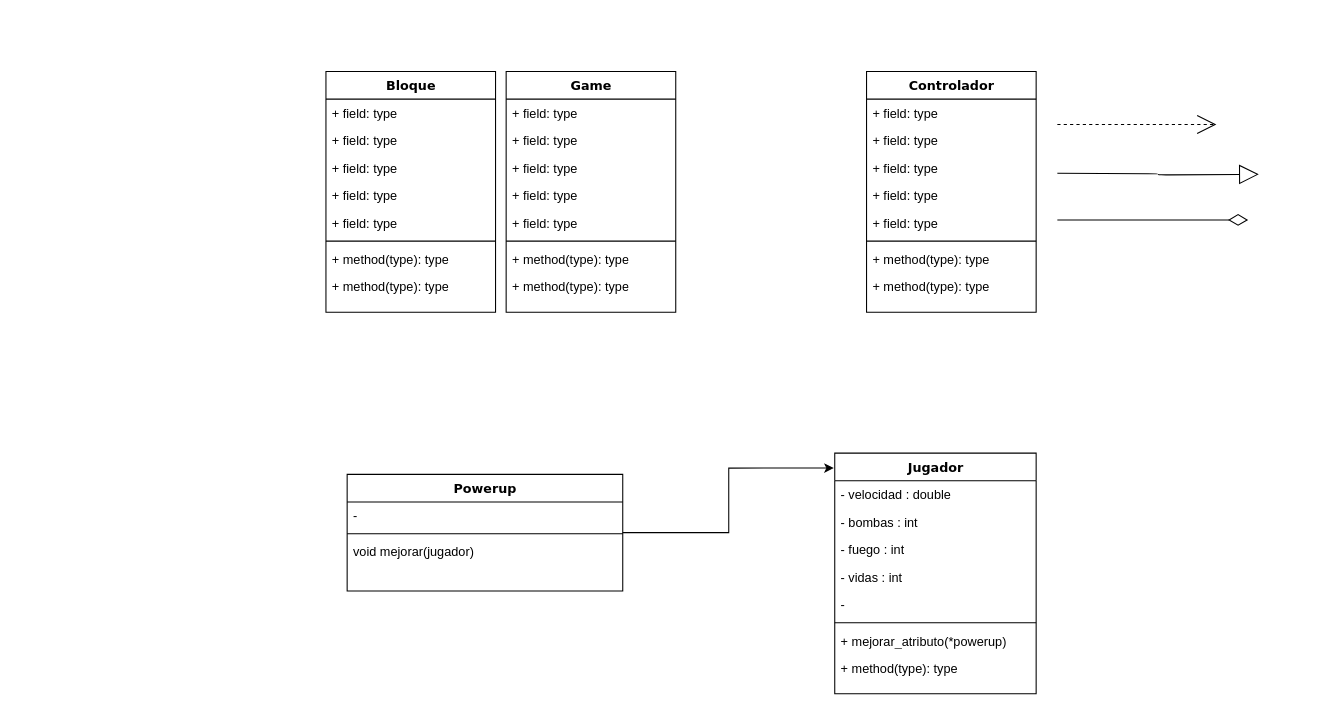
This is DiagramaDeClases.drawio from BerlyCS/Proyecto-Final-CC2, a draw.io file, before an edit. Source tidied: cells renumbered, new cells numbered last; positions are measured from the earlier drawing's top-left corner, leaving out a move shared by most shapes. Both pictures are drawn from the tidied source at 106%, with x=0, y=0 at pixel (325, 71).
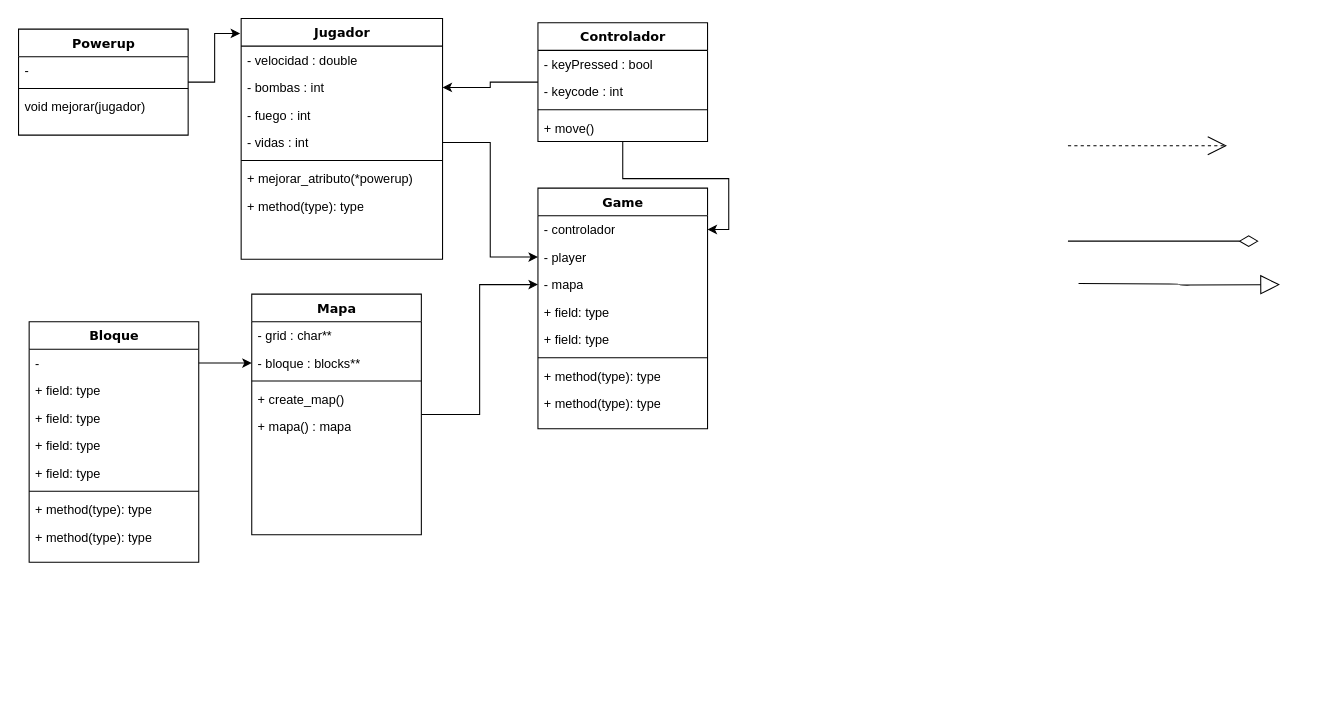
The same diagram, later.

Commit message:
Cambios: Mejora diagrama de clases

Unchanged cells that the change refers to:
```xml
<mxCell id="34" value="- bombas : int" style="text;html=1;strokeColor=none;fillColor=none;align=left;verticalAlign=top;spacingLeft=4;spacingRight=4;whiteSpace=wrap;overflow=hidden;points=[[0,0.5],[1,0.5]];portConstraint=eastwest;" parent="32" vertex="1">
  <mxGeometry y="52" width="190" height="26" as="geometry" />
</mxCell>
<mxCell id="36" value="- vidas : int" style="text;html=1;strokeColor=none;fillColor=none;align=left;verticalAlign=top;spacingLeft=4;spacingRight=4;whiteSpace=wrap;overflow=hidden;points=[[0,0.5],[1,0.5]];portConstraint=eastwest;" parent="32" vertex="1">
  <mxGeometry y="104" width="190" height="26" as="geometry" />
</mxCell>
```

Diff of the diagram source:
```diff
@@
     <mxCell id="2" value="Bloque" style="swimlane;html=1;fontStyle=1;align=center;verticalAlign=top;horizontal=1;startSize=26;swimlaneFillColor=#ffffff;rounded=0;shadow=0;comic=0;labelBackgroundColor=none;strokeWidth=1;fillColor=none;fontFamily=Verdana;fontSize=12;" parent="1" vertex="1">
-      <mxGeometry width="160" height="227" as="geometry" />
+      <mxGeometry x="-280" y="236" width="160" height="227" as="geometry" />
     </mxCell>
-    <mxCell id="3" value="+ field: type" style="text;html=1;strokeColor=none;fillColor=none;align=left;verticalAlign=top;spacingLeft=4;spacingRight=4;whiteSpace=wrap;overflow=hidden;points=[[0,0.5],[1,0.5]];portConstraint=eastwest;" parent="2" vertex="1">
+    <mxCell id="3" value="-&amp;nbsp;" style="text;html=1;strokeColor=none;fillColor=none;align=left;verticalAlign=top;spacingLeft=4;spacingRight=4;whiteSpace=wrap;overflow=hidden;points=[[0,0.5],[1,0.5]];portConstraint=eastwest;" parent="2" vertex="1">
       <mxGeometry y="26" width="160" height="26" as="geometry" />
     </mxCell>
@@
     <mxCell id="11" style="edgeStyle=elbowEdgeStyle;html=1;labelBackgroundColor=none;startFill=0;startSize=8;endArrow=open;endFill=0;endSize=16;fontFamily=Verdana;fontSize=12;elbow=vertical;dashed=1;" parent="1" edge="1">
       <mxGeometry relative="1" as="geometry">
-        <mxPoint x="690" y="50" as="sourcePoint" />
-        <mxPoint x="840" y="50" as="targetPoint" />
+        <mxPoint x="700" y="70" as="sourcePoint" />
+        <mxPoint x="850" y="70" as="targetPoint" />
       </mxGeometry>
     </mxCell>
     <mxCell id="12" style="edgeStyle=orthogonalEdgeStyle;html=1;labelBackgroundColor=none;startFill=0;startSize=8;endArrow=block;endFill=0;endSize=16;fontFamily=Verdana;fontSize=12;" parent="1" edge="1">
       <mxGeometry relative="1" as="geometry">
-        <mxPoint x="690" y="96" as="sourcePoint" />
-        <mxPoint x="880" y="97" as="targetPoint" />
+        <mxPoint x="710" y="200" as="sourcePoint" />
+        <mxPoint x="900" y="201" as="targetPoint" />
       </mxGeometry>
     </mxCell>
     <mxCell id="13" style="edgeStyle=elbowEdgeStyle;html=1;labelBackgroundColor=none;startFill=0;startSize=8;endArrow=diamondThin;endFill=0;endSize=16;fontFamily=Verdana;fontSize=12;elbow=vertical;" parent="1" edge="1">
       <mxGeometry relative="1" as="geometry">
-        <mxPoint x="690" y="140" as="sourcePoint" />
-        <mxPoint x="870" y="140" as="targetPoint" />
+        <mxPoint x="700" y="160" as="sourcePoint" />
+        <mxPoint x="880" y="160" as="targetPoint" />
       </mxGeometry>
     </mxCell>
     <mxCell id="14" value="Game" style="swimlane;html=1;fontStyle=1;align=center;verticalAlign=top;horizontal=1;startSize=26;swimlaneFillColor=#ffffff;rounded=0;shadow=0;comic=0;labelBackgroundColor=none;strokeWidth=1;fillColor=none;fontFamily=Verdana;fontSize=12;" parent="1" vertex="1">
-      <mxGeometry x="170" width="160" height="227" as="geometry" />
+      <mxGeometry x="200" y="110" width="160" height="227" as="geometry" />
     </mxCell>
-    <mxCell id="15" value="+ field: type" style="text;html=1;strokeColor=none;fillColor=none;align=left;verticalAlign=top;spacingLeft=4;spacingRight=4;whiteSpace=wrap;overflow=hidden;points=[[0,0.5],[1,0.5]];portConstraint=eastwest;" parent="14" vertex="1">
+    <mxCell id="15" value="- controlador" style="text;html=1;strokeColor=none;fillColor=none;align=left;verticalAlign=top;spacingLeft=4;spacingRight=4;whiteSpace=wrap;overflow=hidden;points=[[0,0.5],[1,0.5]];portConstraint=eastwest;" parent="14" vertex="1">
       <mxGeometry y="26" width="160" height="26" as="geometry" />
     </mxCell>
-    <mxCell id="16" value="+ field: type" style="text;html=1;strokeColor=none;fillColor=none;align=left;verticalAlign=top;spacingLeft=4;spacingRight=4;whiteSpace=wrap;overflow=hidden;points=[[0,0.5],[1,0.5]];portConstraint=eastwest;" parent="14" vertex="1">
+    <mxCell id="16" value="- player" style="text;html=1;strokeColor=none;fillColor=none;align=left;verticalAlign=top;spacingLeft=4;spacingRight=4;whiteSpace=wrap;overflow=hidden;points=[[0,0.5],[1,0.5]];portConstraint=eastwest;" parent="14" vertex="1">
       <mxGeometry y="52" width="160" height="26" as="geometry" />
     </mxCell>
-    <mxCell id="17" value="+ field: type" style="text;html=1;strokeColor=none;fillColor=none;align=left;verticalAlign=top;spacingLeft=4;spacingRight=4;whiteSpace=wrap;overflow=hidden;points=[[0,0.5],[1,0.5]];portConstraint=eastwest;" parent="14" vertex="1">
+    <mxCell id="17" value="- mapa" style="text;html=1;strokeColor=none;fillColor=none;align=left;verticalAlign=top;spacingLeft=4;spacingRight=4;whiteSpace=wrap;overflow=hidden;points=[[0,0.5],[1,0.5]];portConstraint=eastwest;" parent="14" vertex="1">
       <mxGeometry y="78" width="160" height="26" as="geometry" />
     </mxCell>
@@
+    <mxCell id="46" style="edgeStyle=orthogonalEdgeStyle;rounded=0;jettySize=auto;html=1;entryX=1;entryY=0.5;entryDx=0;entryDy=0;" parent="1" edge="1" source="23" target="15">
+      <mxGeometry relative="1" as="geometry" />
+    </mxCell>
+    <mxCell id="47" style="edgeStyle=orthogonalEdgeStyle;rounded=0;jettySize=auto;html=1;entryX=1;entryY=0.5;entryDx=0;entryDy=0;" parent="1" edge="1" source="23" target="34">
+      <mxGeometry relative="1" as="geometry" />
+    </mxCell>
     <mxCell id="23" value="Controlador" style="swimlane;html=1;fontStyle=1;align=center;verticalAlign=top;horizontal=1;startSize=26;swimlaneFillColor=#ffffff;rounded=0;shadow=0;comic=0;labelBackgroundColor=none;strokeWidth=1;fillColor=none;fontFamily=Verdana;fontSize=12;" parent="1" vertex="1">
-      <mxGeometry x="510" width="160" height="227" as="geometry" />
+      <mxGeometry x="200" y="-46" width="160" height="112" as="geometry" />
     </mxCell>
-    <mxCell id="24" value="+ field: type" style="text;html=1;strokeColor=none;fillColor=none;align=left;verticalAlign=top;spacingLeft=4;spacingRight=4;whiteSpace=wrap;overflow=hidden;" parent="23" vertex="1">
-      <mxGeometry y="26" width="160" height="26" as="geometry" />
-    </mxCell>
-    <mxCell id="25" value="+ field: type" style="text;html=1;strokeColor=none;fillColor=none;align=left;verticalAlign=top;spacingLeft=4;spacingRight=4;whiteSpace=wrap;overflow=hidden;" parent="23" vertex="1">
-      <mxGeometry y="52" width="160" height="26" as="geometry" />
+    <mxCell id="25" value="- keyPressed : bool" style="text;html=1;strokeColor=none;fillColor=none;align=left;verticalAlign=top;spacingLeft=4;spacingRight=4;whiteSpace=wrap;overflow=hidden;" parent="23" vertex="1">
+      <mxGeometry y="26" width="160" height="26" as="geometry" />
     </mxCell>
-    <mxCell id="26" value="+ field: type" style="text;html=1;strokeColor=none;fillColor=none;align=left;verticalAlign=top;spacingLeft=4;spacingRight=4;whiteSpace=wrap;overflow=hidden;" parent="23" vertex="1">
-      <mxGeometry y="78" width="160" height="26" as="geometry" />
+    <mxCell id="26" value="- keycode : int" style="text;html=1;strokeColor=none;fillColor=none;align=left;verticalAlign=top;spacingLeft=4;spacingRight=4;whiteSpace=wrap;overflow=hidden;" parent="23" vertex="1">
+      <mxGeometry y="52" width="160" height="26" as="geometry" />
     </mxCell>
-    <mxCell id="27" value="+ field: type" style="text;html=1;strokeColor=none;fillColor=none;align=left;verticalAlign=top;spacingLeft=4;spacingRight=4;whiteSpace=wrap;overflow=hidden;" parent="23" vertex="1">
-      <mxGeometry y="104" width="160" height="26" as="geometry" />
-    </mxCell>
-    <mxCell id="28" value="+ field: type" style="text;html=1;strokeColor=none;fillColor=none;align=left;verticalAlign=top;spacingLeft=4;spacingRight=4;whiteSpace=wrap;overflow=hidden;" parent="23" vertex="1">
-      <mxGeometry y="130" width="160" height="26" as="geometry" />
-    </mxCell>
     <mxCell id="29" style="line;html=1;strokeWidth=1;fillColor=none;align=left;verticalAlign=middle;spacingTop=-1;spacingLeft=3;spacingRight=3;labelPosition=right;" parent="23" vertex="1">
-      <mxGeometry y="156" width="160" height="8" as="geometry" />
+      <mxGeometry y="78" width="160" height="8" as="geometry" />
     </mxCell>
-    <mxCell id="30" value="+ method(type): type" style="text;html=1;strokeColor=none;fillColor=none;align=left;verticalAlign=top;spacingLeft=4;spacingRight=4;whiteSpace=wrap;overflow=hidden;" parent="23" vertex="1">
-      <mxGeometry y="164" width="160" height="26" as="geometry" />
+    <mxCell id="30" value="+ move()" style="text;html=1;strokeColor=none;fillColor=none;align=left;verticalAlign=top;spacingLeft=4;spacingRight=4;whiteSpace=wrap;overflow=hidden;" parent="23" vertex="1">
+      <mxGeometry y="86" width="160" height="26" as="geometry" />
     </mxCell>
-    <mxCell id="31" value="+ method(type): type" style="text;html=1;strokeColor=none;fillColor=none;align=left;verticalAlign=top;spacingLeft=4;spacingRight=4;whiteSpace=wrap;overflow=hidden;" parent="23" vertex="1">
-      <mxGeometry y="190" width="160" height="26" as="geometry" />
-    </mxCell>
     <mxCell id="32" value="Jugador" style="swimlane;html=1;fontStyle=1;align=center;verticalAlign=top;horizontal=1;startSize=26;swimlaneFillColor=#ffffff;rounded=0;shadow=0;comic=0;labelBackgroundColor=none;strokeWidth=1;fillColor=none;fontFamily=Verdana;fontSize=12;" parent="1" vertex="1">
-      <mxGeometry x="480" y="360" width="190" height="227" as="geometry" />
+      <mxGeometry x="-80" y="-50" width="190" height="227" as="geometry" />
     </mxCell>
@@
-    <mxCell id="37" value="-&amp;nbsp;" style="text;html=1;strokeColor=none;fillColor=none;align=left;verticalAlign=top;spacingLeft=4;spacingRight=4;whiteSpace=wrap;overflow=hidden;" parent="32" vertex="1">
-      <mxGeometry y="130" width="190" height="26" as="geometry" />
-    </mxCell>
     <mxCell id="38" style="line;html=1;strokeWidth=1;fillColor=none;align=left;verticalAlign=middle;spacingTop=-1;spacingLeft=3;spacingRight=3;labelPosition=right;" parent="32" vertex="1">
-      <mxGeometry y="156" width="190" height="8" as="geometry" />
+      <mxGeometry y="130" width="190" height="8" as="geometry" />
     </mxCell>
     <mxCell id="39" value="+ mejorar_atributo(*powerup)" style="text;html=1;strokeColor=none;fillColor=none;align=left;verticalAlign=top;spacingLeft=4;spacingRight=4;whiteSpace=wrap;overflow=hidden;" parent="32" vertex="1">
-      <mxGeometry y="164" width="190" height="26" as="geometry" />
+      <mxGeometry y="138" width="190" height="26" as="geometry" />
     </mxCell>
     <mxCell id="40" value="+ method(type): type" style="text;html=1;strokeColor=none;fillColor=none;align=left;verticalAlign=top;spacingLeft=4;spacingRight=4;whiteSpace=wrap;overflow=hidden;" parent="32" vertex="1">
-      <mxGeometry y="190" width="190" height="26" as="geometry" />
+      <mxGeometry y="164" width="190" height="26" as="geometry" />
     </mxCell>
     <mxCell id="41" value="Powerup" style="swimlane;html=1;fontStyle=1;align=center;verticalAlign=top;horizontal=1;startSize=26;swimlaneFillColor=#ffffff;rounded=0;shadow=0;comic=0;labelBackgroundColor=none;strokeWidth=1;fillColor=none;fontFamily=Verdana;fontSize=12;" parent="1" vertex="1">
-      <mxGeometry x="20" y="380" width="260" height="110" as="geometry" />
+      <mxGeometry x="-290" y="-40" width="160" height="100" as="geometry" />
     </mxCell>
     <mxCell id="42" value="-&amp;nbsp;" style="text;html=1;strokeColor=none;fillColor=none;align=left;verticalAlign=top;spacingLeft=4;spacingRight=4;whiteSpace=wrap;overflow=hidden;" parent="41" vertex="1">
-      <mxGeometry y="26" width="260" height="26" as="geometry" />
+      <mxGeometry y="26" width="160" height="26" as="geometry" />
     </mxCell>
     <mxCell id="43" style="line;html=1;strokeWidth=1;fillColor=none;align=left;verticalAlign=middle;spacingTop=-1;spacingLeft=3;spacingRight=3;labelPosition=right;" parent="41" vertex="1">
-      <mxGeometry y="52" width="260" height="8" as="geometry" />
+      <mxGeometry y="52" width="160" height="8" as="geometry" />
     </mxCell>
     <mxCell id="44" value="void mejorar(jugador)" style="text;html=1;strokeColor=none;fillColor=none;align=left;verticalAlign=top;spacingLeft=4;spacingRight=4;whiteSpace=wrap;overflow=hidden;" parent="41" vertex="1">
-      <mxGeometry y="60" width="260" height="26" as="geometry" />
+      <mxGeometry y="60" width="160" height="26" as="geometry" />
     </mxCell>
@@
+    <mxCell id="48" style="edgeStyle=orthogonalEdgeStyle;rounded=0;jettySize=auto;html=1;entryX=0;entryY=0.5;entryDx=0;entryDy=0;" parent="1" edge="1" source="49" target="17">
+      <mxGeometry relative="1" as="geometry" />
+    </mxCell>
+    <mxCell id="49" value="Mapa" style="swimlane;html=1;fontStyle=1;align=center;verticalAlign=top;horizontal=1;startSize=26;swimlaneFillColor=#ffffff;rounded=0;shadow=0;comic=0;labelBackgroundColor=none;strokeWidth=1;fillColor=none;fontFamily=Verdana;fontSize=12;" parent="1" vertex="1">
+      <mxGeometry x="-70" y="210" width="160" height="227" as="geometry" />
+    </mxCell>
+    <mxCell id="50" value="- grid : char**" style="text;html=1;strokeColor=none;fillColor=none;align=left;verticalAlign=top;spacingLeft=4;spacingRight=4;whiteSpace=wrap;overflow=hidden;" parent="49" vertex="1">
+      <mxGeometry y="26" width="160" height="26" as="geometry" />
+    </mxCell>
+    <mxCell id="51" value="- bloque : blocks**" style="text;html=1;strokeColor=none;fillColor=none;align=left;verticalAlign=top;spacingLeft=4;spacingRight=4;whiteSpace=wrap;overflow=hidden;points=[[0,0.5],[1,0.5]];portConstraint=eastwest;" parent="49" vertex="1">
+      <mxGeometry y="52" width="160" height="26" as="geometry" />
+    </mxCell>
+    <mxCell id="52" style="line;html=1;strokeWidth=1;fillColor=none;align=left;verticalAlign=middle;spacingTop=-1;spacingLeft=3;spacingRight=3;labelPosition=right;" parent="49" vertex="1">
+      <mxGeometry y="78" width="160" height="8" as="geometry" />
+    </mxCell>
+    <mxCell id="53" value="+ create_map()" style="text;html=1;strokeColor=none;fillColor=none;align=left;verticalAlign=top;spacingLeft=4;spacingRight=4;whiteSpace=wrap;overflow=hidden;" parent="49" vertex="1">
+      <mxGeometry y="86" width="160" height="26" as="geometry" />
+    </mxCell>
+    <mxCell id="54" value="+ mapa() : mapa" style="text;html=1;strokeColor=none;fillColor=none;align=left;verticalAlign=top;spacingLeft=4;spacingRight=4;whiteSpace=wrap;overflow=hidden;" parent="49" vertex="1">
+      <mxGeometry y="112" width="160" height="26" as="geometry" />
+    </mxCell>
+    <mxCell id="55" style="edgeStyle=orthogonalEdgeStyle;rounded=0;jettySize=auto;html=1;" parent="1" edge="1" source="3" target="51">
+      <mxGeometry relative="1" as="geometry" />
+    </mxCell>
+    <mxCell id="56" style="edgeStyle=orthogonalEdgeStyle;rounded=0;jettySize=auto;html=1;entryX=0;entryY=0.5;entryDx=0;entryDy=0;" parent="1" edge="1" source="36" target="16">
+      <mxGeometry relative="1" as="geometry" />
+    </mxCell>
```
